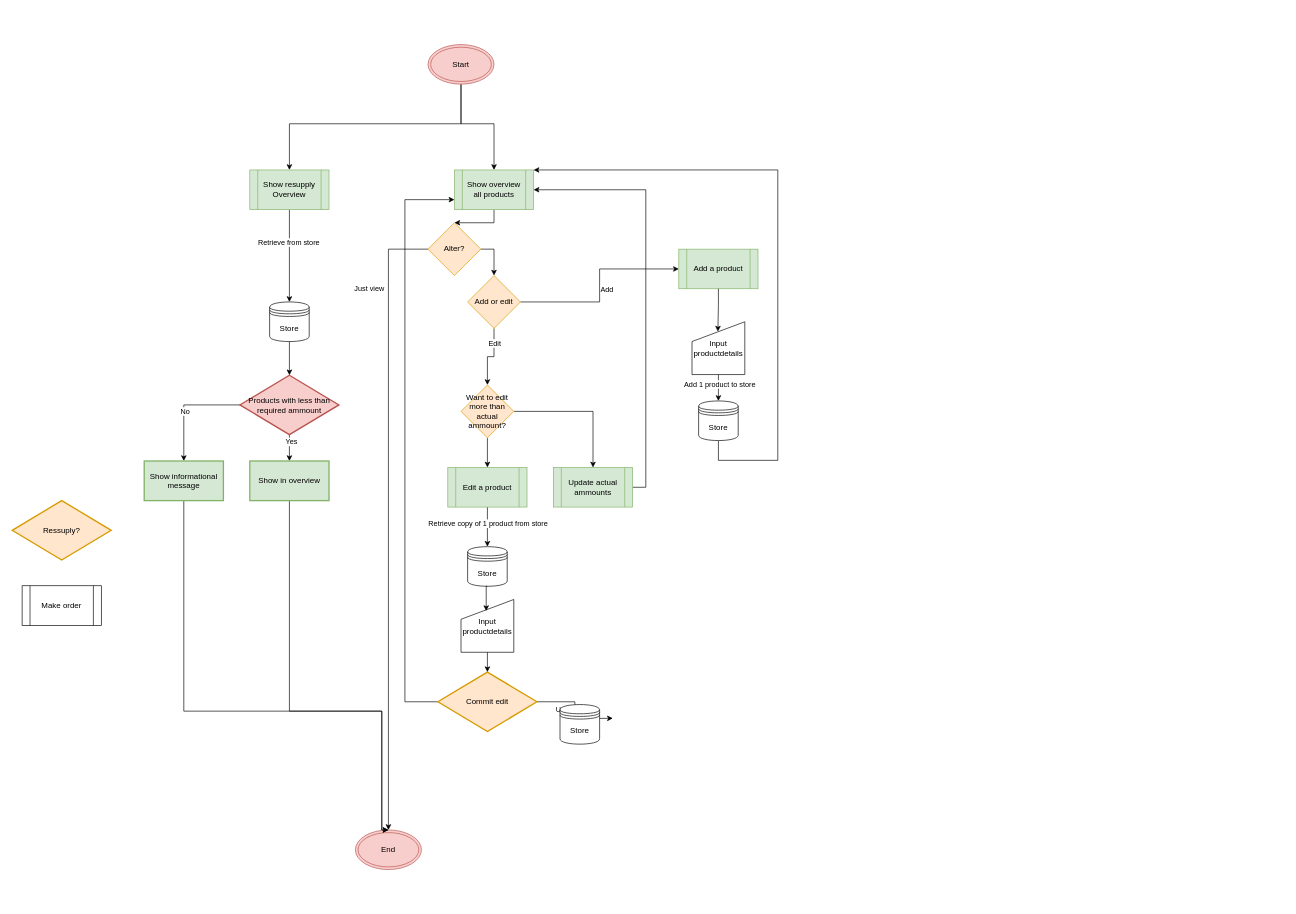
The draw.io diagram page "Pagina-1" (1 of 2) of flowchart inventarissysteem.drawio in Marc-Elz/vue-inventaris-systeem, before the edit. Source tidied: cells renumbered, new cells numbered last; positions are measured from the earlier drawing's top-left corner, leaving out a move shared by most shapes. Both pictures are drawn from the tidied source at 66%, with x=0, y=0 at pixel (12, 44).
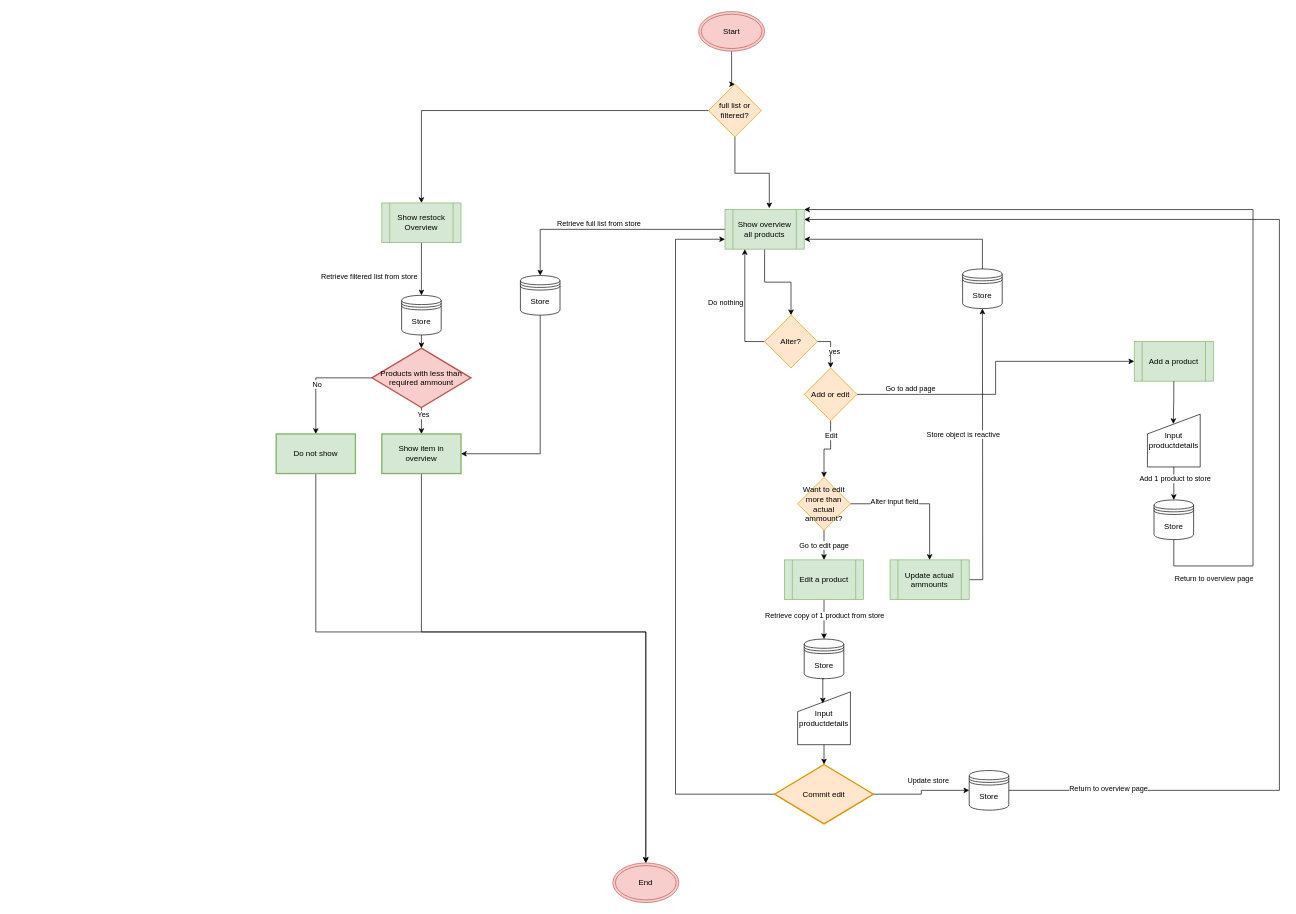
The same diagram, later.

Commit message:
Updated flowchart after coding

Unchanged cells that the change refers to:
```xml
<mxCell id="24" style="edgeStyle=orthogonalEdgeStyle;rounded=0;jettySize=auto;html=1;exitX=0.5;exitY=1;exitDx=0;exitDy=0;entryX=0.5;entryY=0;entryDx=0;entryDy=0;" parent="1" edge="1" source="26" target="27">
  <mxGeometry relative="1" as="geometry" />
</mxCell>
<mxCell id="29" style="edgeStyle=orthogonalEdgeStyle;rounded=0;jettySize=auto;html=1;exitX=1;exitY=0.5;exitDx=0;exitDy=0;entryX=0.5;entryY=0;entryDx=0;entryDy=0;" parent="1" edge="1" source="56" target="50">
  <mxGeometry relative="1" as="geometry" />
</mxCell>
<mxCell id="45" style="edgeStyle=orthogonalEdgeStyle;rounded=0;jettySize=auto;html=1;exitX=0.5;exitY=1;exitDx=0;exitDy=0;entryX=0.5;entryY=0;entryDx=0;entryDy=0;" parent="1" edge="1" source="47" target="17">
  <mxGeometry relative="1" as="geometry" />
</mxCell>
<mxCell id="46" style="edgeStyle=orthogonalEdgeStyle;rounded=0;jettySize=auto;html=1;exitX=1;exitY=0.5;exitDx=0;exitDy=0;entryX=0.5;entryY=0;entryDx=0;entryDy=0;" parent="1" edge="1" source="47" target="35">
  <mxGeometry relative="1" as="geometry" />
</mxCell>
<mxCell id="48" style="edgeStyle=orthogonalEdgeStyle;rounded=0;jettySize=auto;html=1;exitX=1;exitY=0.5;exitDx=0;exitDy=0;entryX=0;entryY=0.5;entryDx=0;entryDy=0;" parent="1" edge="1" source="50" target="8">
  <mxGeometry relative="1" as="geometry" />
</mxCell>
```

What changed in the source:
```diff
@@
-    <mxCell id="2" style="edgeStyle=orthogonalEdgeStyle;rounded=0;jettySize=auto;html=1;entryX=0.5;entryY=0;entryDx=0;entryDy=0;" parent="1" edge="1" source="4" target="26">
+    <mxCell id="2" style="edgeStyle=orthogonalEdgeStyle;rounded=0;jettySize=auto;html=1;entryX=0.5;entryY=0;entryDx=0;entryDy=0;exitX=0;exitY=0.5;exitDx=0;exitDy=0;" parent="1" edge="1" source="71" target="26">
       <mxGeometry relative="1" as="geometry">
         <Array as="points">
-          <mxPoint x="680" y="120" />
-          <mxPoint x="420" y="120" />
+          <mxPoint x="620" y="100" />
         </Array>
       </mxGeometry>
     </mxCell>
-    <mxCell id="3" style="edgeStyle=orthogonalEdgeStyle;rounded=0;jettySize=auto;html=1;exitX=0.5;exitY=1;exitDx=0;exitDy=0;entryX=0.5;entryY=0;entryDx=0;entryDy=0;" parent="1" edge="1" source="4" target="33">
+    <mxCell id="3" style="edgeStyle=orthogonalEdgeStyle;rounded=0;jettySize=auto;html=1;exitX=0.5;exitY=1;exitDx=0;exitDy=0;entryX=0.5;entryY=0;entryDx=0;entryDy=0;" parent="1" edge="1" source="4" target="71">
       <mxGeometry relative="1" as="geometry">
         <Array as="points">
-          <mxPoint x="680" y="120" />
-          <mxPoint x="730" y="120" />
+          <mxPoint x="1090" y="60" />
         </Array>
       </mxGeometry>
     </mxCell>
     <mxCell id="4" value="Start" style="ellipse;shape=doubleEllipse;whiteSpace=wrap;html=1;fillColor=#f8cecc;strokeColor=#b85450;" parent="1" vertex="1">
-      <mxGeometry x="630" width="100" height="60" as="geometry" />
+      <mxGeometry x="1040" y="-50" width="100" height="60" as="geometry" />
     </mxCell>
     <mxCell id="5" value="End" style="ellipse;shape=doubleEllipse;whiteSpace=wrap;html=1;fillColor=#f8cecc;strokeColor=#b85450;" parent="1" vertex="1">
-      <mxGeometry x="520" y="1190" width="100" height="60" as="geometry" />
+      <mxGeometry x="910" y="1240" width="100" height="60" as="geometry" />
     </mxCell>
@@
     <mxCell id="8" value="Add a product" style="shape=process;whiteSpace=wrap;html=1;backgroundOutline=1;fillColor=#d5e8d4;strokeColor=#82b366;" parent="1" vertex="1">
-      <mxGeometry x="1010" y="310" width="120" height="60" as="geometry" />
+      <mxGeometry x="1700" y="450" width="120" height="60" as="geometry" />
     </mxCell>
     <mxCell id="9" value="Input productdetails" style="shape=manualInput;whiteSpace=wrap;html=1;" parent="1" vertex="1">
-      <mxGeometry x="680" y="840.8" width="80" height="80" as="geometry" />
+      <mxGeometry x="1190" y="980.8" width="80" height="80" as="geometry" />
     </mxCell>
@@
     <mxCell id="14" value="Products with less than required ammount" style="strokeWidth=2;html=1;shape=mxgraph.flowchart.decision;whiteSpace=wrap;fillColor=#f8cecc;strokeColor=#b85450;" parent="1" vertex="1">
-      <mxGeometry x="345" y="501" width="150" height="90" as="geometry" />
+      <mxGeometry x="545" y="460" width="150" height="90" as="geometry" />
     </mxCell>
@@
     <mxCell id="17" value="Edit a product" style="shape=process;whiteSpace=wrap;html=1;backgroundOutline=1;fillColor=#d5e8d4;strokeColor=#82b366;" parent="1" vertex="1">
-      <mxGeometry x="660" y="640.8" width="120" height="60" as="geometry" />
+      <mxGeometry x="1170" y="780.8" width="120" height="60" as="geometry" />
     </mxCell>
     <mxCell id="18" style="edgeStyle=orthogonalEdgeStyle;rounded=0;jettySize=auto;html=1;exitX=0.5;exitY=1;exitDx=0;exitDy=0;entryX=0.5;entryY=0;entryDx=0;entryDy=0;" parent="1" edge="1" source="19" target="5">
       <mxGeometry relative="1" as="geometry">
         <Array as="points">
-          <mxPoint x="420" y="1010" />
-          <mxPoint x="560" y="1010" />
+          <mxPoint x="620" y="890" />
+          <mxPoint x="960" y="890" />
         </Array>
       </mxGeometry>
     </mxCell>
-    <mxCell id="19" value="Show in overview" style="whiteSpace=wrap;html=1;strokeWidth=2;fillColor=#d5e8d4;strokeColor=#82b366;" parent="1" vertex="1">
-      <mxGeometry x="360" y="631" width="120" height="60" as="geometry" />
+    <mxCell id="19" value="Show item in overview" style="whiteSpace=wrap;html=1;strokeWidth=2;fillColor=#d5e8d4;strokeColor=#82b366;" parent="1" vertex="1">
+      <mxGeometry x="560" y="590" width="120" height="60" as="geometry" />
     </mxCell>
-    <mxCell id="20" value="Make order" style="shape=process;whiteSpace=wrap;html=1;backgroundOutline=1;" parent="1" vertex="1">
-      <mxGeometry x="15" y="820" width="120" height="60" as="geometry" />
-    </mxCell>
-    <mxCell id="21" value="Ressuply?" style="strokeWidth=2;html=1;shape=mxgraph.flowchart.decision;whiteSpace=wrap;fillColor=#ffe6cc;strokeColor=#d79b00;" parent="1" vertex="1">
-      <mxGeometry y="691" width="150" height="90" as="geometry" />
-    </mxCell>
     <mxCell id="22" style="edgeStyle=orthogonalEdgeStyle;rounded=0;jettySize=auto;html=1;exitX=0.5;exitY=1;exitDx=0;exitDy=0;entryX=0.5;entryY=0;entryDx=0;entryDy=0;" parent="1" edge="1" source="23" target="5">
       <mxGeometry relative="1" as="geometry">
         <Array as="points">
-          <mxPoint x="260" y="1010" />
-          <mxPoint x="560" y="1010" />
+          <mxPoint x="460" y="890" />
+          <mxPoint x="960" y="890" />
         </Array>
       </mxGeometry>
     </mxCell>
-    <mxCell id="23" value="Show informational message" style="whiteSpace=wrap;html=1;strokeWidth=2;fillColor=#d5e8d4;strokeColor=#82b366;" parent="1" vertex="1">
-      <mxGeometry x="200" y="631" width="120" height="60" as="geometry" />
+    <mxCell id="23" value="Do not show" style="whiteSpace=wrap;html=1;strokeWidth=2;fillColor=#d5e8d4;strokeColor=#82b366;" parent="1" vertex="1">
+      <mxGeometry x="400" y="590" width="120" height="60" as="geometry" />
     </mxCell>
@@
-    <mxCell id="25" value="Retrieve from store" style="edgeLabel;html=1;align=center;verticalAlign=middle;" parent="24" vertex="1">
-      <mxGeometry x="-0.3" y="-2" relative="1" as="geometry" />
+    <mxCell id="25" value="Retrieve filtered list from store" style="edgeLabel;html=1;align=center;verticalAlign=middle;" parent="24" vertex="1">
+      <mxGeometry x="-0.3" y="-2" relative="1" as="geometry">
+        <mxPoint x="-78" y="22" as="offset" />
+      </mxGeometry>
     </mxCell>
-    <mxCell id="26" value="Show resupply Overview" style="shape=process;whiteSpace=wrap;html=1;backgroundOutline=1;fillColor=#d5e8d4;strokeColor=#82b366;" parent="1" vertex="1">
-      <mxGeometry x="360" y="190" width="120" height="60" as="geometry" />
+    <mxCell id="26" value="Show restock Overview" style="shape=process;whiteSpace=wrap;html=1;backgroundOutline=1;fillColor=#d5e8d4;strokeColor=#82b366;" parent="1" vertex="1">
+      <mxGeometry x="560" y="240" width="120" height="60" as="geometry" />
     </mxCell>
     <mxCell id="27" value="Store" style="shape=datastore;whiteSpace=wrap;html=1;" parent="1" vertex="1">
-      <mxGeometry x="390" y="390" width="60" height="60" as="geometry" />
+      <mxGeometry x="590" y="380" width="60" height="60" as="geometry" />
     </mxCell>
@@
-    <mxCell id="30" style="edgeStyle=orthogonalEdgeStyle;rounded=0;jettySize=auto;html=1;exitX=0;exitY=0.5;exitDx=0;exitDy=0;entryX=0.5;entryY=0;entryDx=0;entryDy=0;" parent="1" edge="1" source="56" target="5">
-      <mxGeometry relative="1" as="geometry" />
-    </mxCell>
-    <mxCell id="31" value="Just view" style="edgeLabel;html=1;align=center;verticalAlign=middle;" parent="30" vertex="1">
-      <mxGeometry x="-0.71" y="2" relative="1" as="geometry">
-        <mxPoint x="-32" y="-17" as="offset" />
-      </mxGeometry>
-    </mxCell>
+    <mxCell id="57" value="yes" style="edgeLabel;html=1;align=center;verticalAlign=middle;" parent="29" vertex="1">
+      <mxGeometry x="0.12" y="5" relative="1" as="geometry" />
+    </mxCell>
@@
+    <mxCell id="58" style="edgeStyle=orthogonalEdgeStyle;rounded=0;jettySize=auto;html=1;exitX=0;exitY=0.5;exitDx=0;exitDy=0;entryX=0.5;entryY=0;entryDx=0;entryDy=0;" parent="1" edge="1" source="33" target="70">
+      <mxGeometry relative="1" as="geometry" />
+    </mxCell>
+    <mxCell id="59" value="Retrieve full list from store" style="edgeLabel;html=1;align=center;verticalAlign=middle;" parent="58" vertex="1">
+      <mxGeometry x="0.2" y="-3" relative="1" as="geometry">
+        <mxPoint x="18" y="-7" as="offset" />
+      </mxGeometry>
+    </mxCell>
     <mxCell id="33" value="Show overview all products" style="shape=process;whiteSpace=wrap;html=1;backgroundOutline=1;fillColor=#d5e8d4;strokeColor=#82b366;" parent="1" vertex="1">
-      <mxGeometry x="670" y="190" width="120" height="60" as="geometry" />
+      <mxGeometry x="1080" y="250" width="120" height="60" as="geometry" />
     </mxCell>
-    <mxCell id="34" style="edgeStyle=orthogonalEdgeStyle;rounded=0;jettySize=auto;html=1;exitX=1;exitY=0.5;exitDx=0;exitDy=0;entryX=1;entryY=0.5;entryDx=0;entryDy=0;" parent="1" edge="1" source="35" target="33">
-      <mxGeometry relative="1" as="geometry" />
+    <mxCell id="34" style="edgeStyle=orthogonalEdgeStyle;rounded=0;jettySize=auto;html=1;exitX=1;exitY=0.5;exitDx=0;exitDy=0;" parent="1" edge="1" source="35">
+      <mxGeometry relative="1" as="geometry">
+        <mxPoint x="1470" y="400" as="targetPoint" />
+      </mxGeometry>
     </mxCell>
+    <mxCell id="60" value="Store object is reactive" style="edgeLabel;html=1;align=center;verticalAlign=middle;" parent="34" vertex="1">
+      <mxGeometry x="0.25" y="-2" relative="1" as="geometry">
+        <mxPoint x="-32" y="29" as="offset" />
+      </mxGeometry>
+    </mxCell>
     <mxCell id="35" value="Update actual ammounts" style="shape=process;whiteSpace=wrap;html=1;backgroundOutline=1;fillColor=#d5e8d4;strokeColor=#82b366;" parent="1" vertex="1">
-      <mxGeometry x="820" y="640.8" width="120" height="60" as="geometry" />
+      <mxGeometry x="1330" y="780.8" width="120" height="60" as="geometry" />
     </mxCell>
-    <mxCell id="36" style="edgeStyle=orthogonalEdgeStyle;rounded=0;jettySize=auto;html=1;exitX=1;exitY=0.5;exitDx=0;exitDy=0;exitPerimeter=0;entryX=0.5;entryY=0;entryDx=0;entryDy=0;" parent="1" edge="1" source="39">
-      <mxGeometry relative="1" as="geometry">
-        <mxPoint x="910" y="1020.8" as="targetPoint" />
-      </mxGeometry>
+    <mxCell id="36" style="edgeStyle=orthogonalEdgeStyle;rounded=0;jettySize=auto;html=1;exitX=1;exitY=0.5;exitDx=0;exitDy=0;exitPerimeter=0;entryX=0;entryY=0.5;entryDx=0;entryDy=0;" parent="1" edge="1" source="39" target="54">
+      <mxGeometry relative="1" as="geometry" />
     </mxCell>
@@
     <mxCell id="38" style="edgeStyle=orthogonalEdgeStyle;rounded=0;jettySize=auto;html=1;entryX=0;entryY=0.75;entryDx=0;entryDy=0;exitX=0;exitY=0.5;exitDx=0;exitDy=0;exitPerimeter=0;" parent="1" edge="1" source="39" target="33">
       <mxGeometry relative="1" as="geometry">
         <Array as="points">
-          <mxPoint x="595" y="235" />
+          <mxPoint x="1005" y="295" />
         </Array>
       </mxGeometry>
     </mxCell>
     <mxCell id="39" value="Commit edit" style="strokeWidth=2;html=1;shape=mxgraph.flowchart.decision;whiteSpace=wrap;fillColor=#ffe6cc;strokeColor=#d79b00;" parent="1" vertex="1">
-      <mxGeometry x="645" y="950.8" width="150" height="90" as="geometry" />
+      <mxGeometry x="1155" y="1090.8" width="150" height="90" as="geometry" />
     </mxCell>
     <mxCell id="40" style="edgeStyle=orthogonalEdgeStyle;rounded=0;jettySize=auto;html=1;exitX=0.5;exitY=1;exitDx=0;exitDy=0;entryX=1;entryY=0;entryDx=0;entryDy=0;" parent="1" edge="1" source="41" target="33">
       <mxGeometry relative="1" as="geometry">
         <Array as="points">
-          <mxPoint x="1070" y="630" />
-          <mxPoint x="1160" y="630" />
-          <mxPoint x="1160" y="190" />
+          <mxPoint x="1760" y="790" />
+          <mxPoint x="1880" y="790" />
+          <mxPoint x="1880" y="250" />
         </Array>
       </mxGeometry>
     </mxCell>
+    <mxCell id="61" value="Return to overview page" style="edgeLabel;html=1;align=center;verticalAlign=middle;" parent="40" vertex="1">
+      <mxGeometry x="-0.74" y="-3" relative="1" as="geometry">
+        <mxPoint x="-63" y="38" as="offset" />
+      </mxGeometry>
+    </mxCell>
     <mxCell id="41" value="Store" style="shape=datastore;whiteSpace=wrap;html=1;" parent="1" vertex="1">
-      <mxGeometry x="1040" y="540" width="60" height="60" as="geometry" />
+      <mxGeometry x="1730" y="690" width="60" height="60" as="geometry" />
     </mxCell>
     <mxCell id="42" value="Store" style="shape=datastore;whiteSpace=wrap;html=1;" parent="1" vertex="1">
-      <mxGeometry x="690" y="760.8" width="60" height="60" as="geometry" />
+      <mxGeometry x="1200" y="900.8" width="60" height="60" as="geometry" />
     </mxCell>
@@
+    <mxCell id="62" value="Go to edit page" style="edgeLabel;html=1;align=center;verticalAlign=middle;" parent="45" vertex="1">
+      <mxGeometry x="0.04" y="-1" relative="1" as="geometry" />
+    </mxCell>
@@
+    <mxCell id="63" value="Alter input field" style="edgeLabel;html=1;align=center;verticalAlign=middle;" parent="46" vertex="1">
+      <mxGeometry x="-0.36" y="3" relative="1" as="geometry" />
+    </mxCell>
     <mxCell id="47" value="Want to edit more than actual ammount?" style="rhombus;whiteSpace=wrap;html=1;fillColor=#ffe6cc;strokeColor=#d79b00;" parent="1" vertex="1">
-      <mxGeometry x="680" y="515.8" width="80" height="80" as="geometry" />
+      <mxGeometry x="1190" y="655.8" width="80" height="80" as="geometry" />
     </mxCell>
@@
-    <mxCell id="49" value="Add" style="edgeLabel;html=1;align=center;verticalAlign=middle;" parent="48" vertex="1">
-      <mxGeometry x="-0.26" y="-3" relative="1" as="geometry">
-        <mxPoint x="23" y="-23" as="offset" />
-      </mxGeometry>
-    </mxCell>
+    <mxCell id="64" value="Go to add page" style="edgeLabel;html=1;align=center;verticalAlign=middle;" parent="48" vertex="1">
+      <mxGeometry x="-0.66" y="9" relative="1" as="geometry" />
+    </mxCell>
     <mxCell id="50" value="Add or edit" style="rhombus;whiteSpace=wrap;html=1;fillColor=#ffe6cc;strokeColor=#d79b00;" parent="1" vertex="1">
-      <mxGeometry x="690" y="350" width="80" height="80" as="geometry" />
+      <mxGeometry x="1200" y="490" width="80" height="80" as="geometry" />
     </mxCell>
     <mxCell id="51" value="Input productdetails" style="shape=manualInput;whiteSpace=wrap;html=1;" parent="1" vertex="1">
-      <mxGeometry x="1030" y="420" width="80" height="80" as="geometry" />
+      <mxGeometry x="1720" y="560" width="80" height="80" as="geometry" />
     </mxCell>
@@
+    <mxCell id="65" style="edgeStyle=orthogonalEdgeStyle;rounded=0;jettySize=auto;html=1;exitX=1;exitY=0.5;exitDx=0;exitDy=0;entryX=1;entryY=0.25;entryDx=0;entryDy=0;" parent="1" edge="1" source="54" target="33">
+      <mxGeometry relative="1" as="geometry">
+        <Array as="points">
+          <mxPoint x="1920" y="1130" />
+          <mxPoint x="1920" y="265" />
+        </Array>
+      </mxGeometry>
+    </mxCell>
+    <mxCell id="66" value="Return to overview page" style="edgeLabel;html=1;align=center;verticalAlign=middle;" parent="65" vertex="1">
+      <mxGeometry x="-0.85" y="3" relative="1" as="geometry" />
+    </mxCell>
     <mxCell id="54" value="Store" style="shape=datastore;whiteSpace=wrap;html=1;" parent="1" vertex="1">
-      <mxGeometry x="830" y="1000" width="60" height="60" as="geometry" />
+      <mxGeometry x="1450" y="1100" width="60" height="60" as="geometry" />
     </mxCell>
@@
+    <mxCell id="67" style="edgeStyle=orthogonalEdgeStyle;rounded=0;jettySize=auto;html=1;exitX=0;exitY=0.5;exitDx=0;exitDy=0;entryX=0.25;entryY=1;entryDx=0;entryDy=0;" parent="1" edge="1" source="56" target="33">
+      <mxGeometry relative="1" as="geometry" />
+    </mxCell>
+    <mxCell id="68" value="Do nothing" style="edgeLabel;html=1;align=center;verticalAlign=middle;" parent="67" vertex="1">
+      <mxGeometry x="0.28" y="-1" relative="1" as="geometry">
+        <mxPoint x="-31" y="19" as="offset" />
+      </mxGeometry>
+    </mxCell>
     <mxCell id="56" value="Alter?" style="rhombus;whiteSpace=wrap;html=1;fillColor=#ffe6cc;strokeColor=#d79b00;" parent="1" vertex="1">
-      <mxGeometry x="630" y="270" width="80" height="80" as="geometry" />
+      <mxGeometry x="1140" y="410" width="80" height="80" as="geometry" />
     </mxCell>
+    <mxCell id="69" style="edgeStyle=orthogonalEdgeStyle;rounded=0;jettySize=auto;html=1;exitX=0.5;exitY=1;exitDx=0;exitDy=0;entryX=1;entryY=0.5;entryDx=0;entryDy=0;" parent="1" edge="1" source="70" target="19">
+      <mxGeometry relative="1" as="geometry" />
+    </mxCell>
+    <mxCell id="70" value="Store" style="shape=datastore;whiteSpace=wrap;html=1;" parent="1" vertex="1">
+      <mxGeometry x="770" y="350" width="60" height="60" as="geometry" />
+    </mxCell>
+    <mxCell id="71" value="full list or filtered?" style="rhombus;whiteSpace=wrap;html=1;fillColor=#ffe6cc;strokeColor=#d79b00;" parent="1" vertex="1">
+      <mxGeometry x="1055" y="60" width="80" height="80" as="geometry" />
+    </mxCell>
+    <mxCell id="72" style="edgeStyle=orthogonalEdgeStyle;rounded=0;jettySize=auto;html=1;entryX=0.559;entryY=-0.032;entryDx=0;entryDy=0;entryPerimeter=0;" parent="1" edge="1" source="71" target="33">
+      <mxGeometry relative="1" as="geometry" />
+    </mxCell>
+    <mxCell id="73" style="edgeStyle=orthogonalEdgeStyle;rounded=0;jettySize=auto;html=1;exitX=0.5;exitY=0;exitDx=0;exitDy=0;entryX=1;entryY=0.75;entryDx=0;entryDy=0;" parent="1" edge="1" source="74" target="33">
+      <mxGeometry relative="1" as="geometry" />
+    </mxCell>
+    <mxCell id="74" value="Store" style="shape=datastore;whiteSpace=wrap;html=1;" parent="1" vertex="1">
+      <mxGeometry x="1440" y="340" width="60" height="60" as="geometry" />
+    </mxCell>
```
